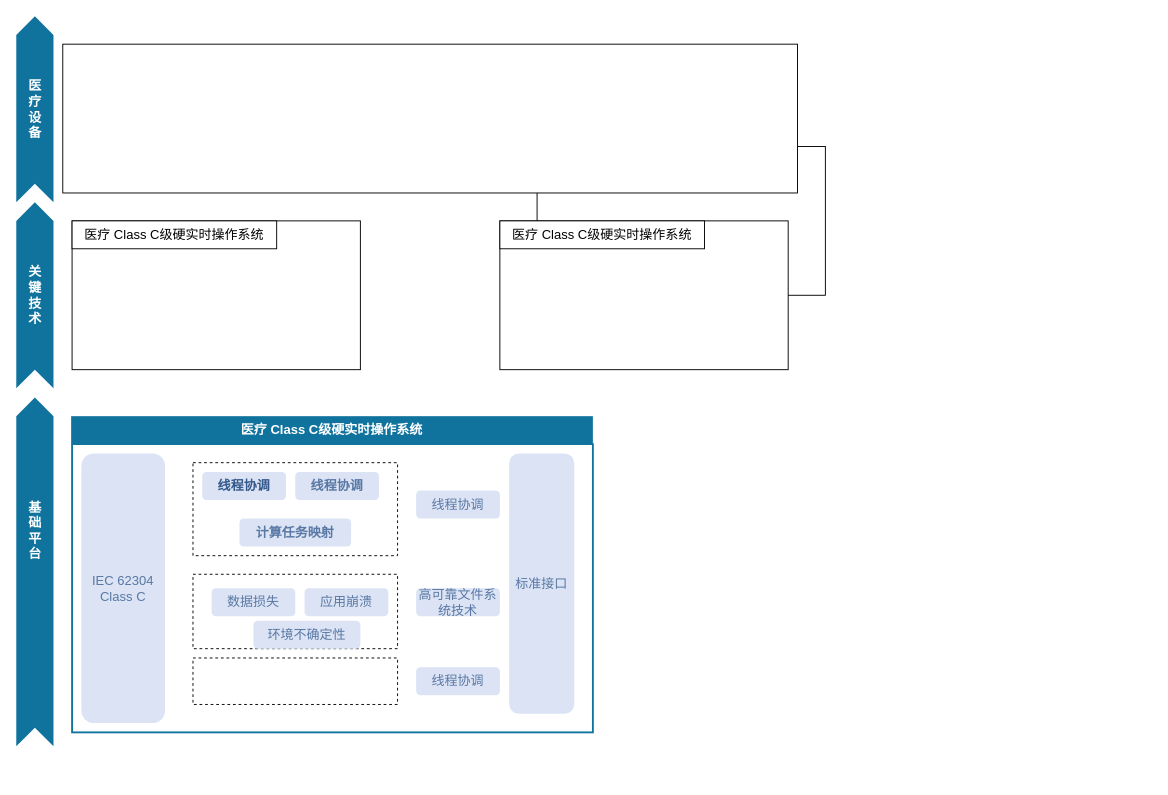
The draw.io diagram draw/Untitled Diagram.drawio in peng-fan/drawio, before the edit. Source tidied: cells renumbered, new cells numbered last; positions are measured from the earlier drawing's top-left corner, leaving out a move shared by most shapes. Both pictures are drawn from the tidied source at 93%, with x=0, y=0 at pixel (-140, 16).
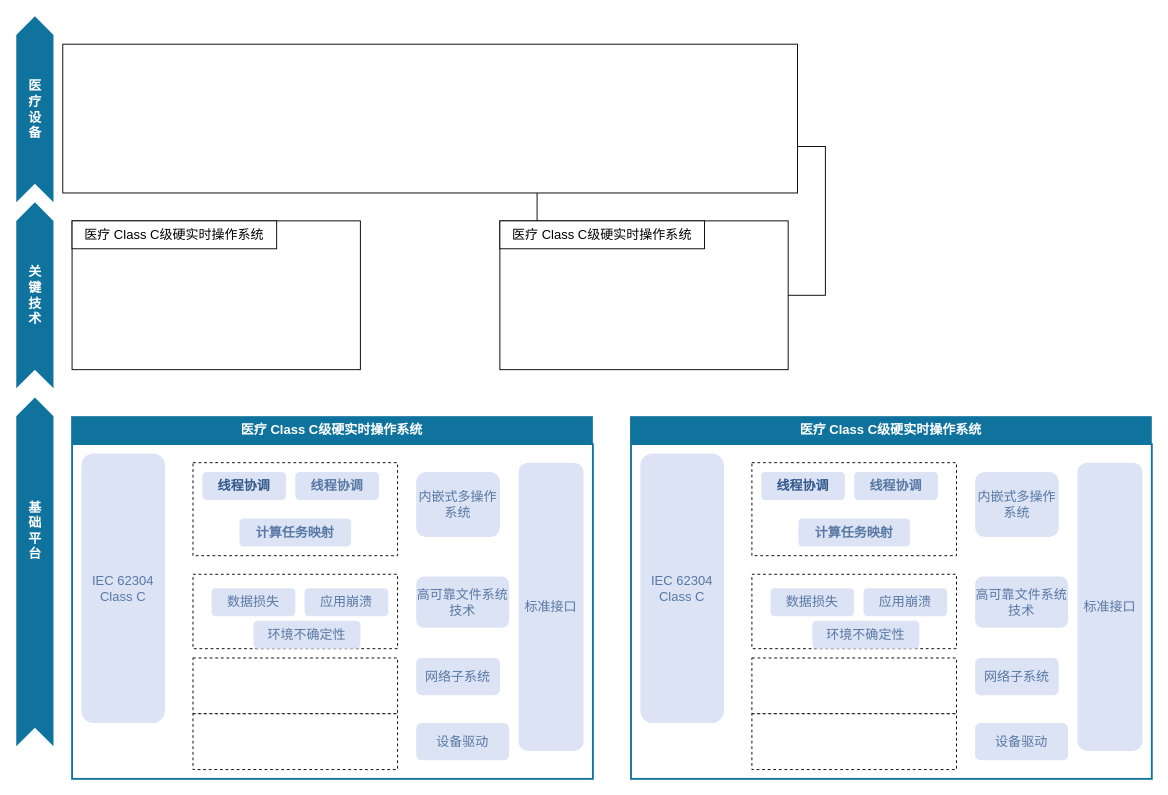
After the change.

The edit, as a diff of the source:
```diff
@@
     <mxCell id="2" style="rounded=0;whiteSpace=wrap;html=1;fontSize=14;fontColor=#FFFFFF;strokeColor=#10739E;strokeWidth=2;" parent="1" vertex="1">
-      <mxGeometry x="228" y="460" width="560" height="310" as="geometry" />
+      <mxGeometry x="228" y="460" width="560" height="360" as="geometry" />
     </mxCell>
@@
-    <mxCell id="28" value="&lt;font color=&quot;#5978a4&quot;&gt;线程协调&lt;/font&gt;" style="rounded=1;whiteSpace=wrap;html=1;dashed=1;fontSize=14;strokeColor=none;fillColor=#DBE3F4;" parent="1" vertex="1">
-      <mxGeometry x="598" y="510" width="90" height="30" as="geometry" />
+    <mxCell id="28" value="&lt;font color=&quot;#5978a4&quot;&gt;内嵌式多操作系统&lt;/font&gt;" style="rounded=1;whiteSpace=wrap;html=1;dashed=1;fontSize=14;strokeColor=none;fillColor=#DBE3F4;" parent="1" vertex="1">
+      <mxGeometry x="598" y="490" width="90" height="70" as="geometry" />
     </mxCell>
     <mxCell id="29" value="&lt;font color=&quot;#5978a4&quot;&gt;高可靠文件系统技术&lt;/font&gt;" style="rounded=1;whiteSpace=wrap;html=1;dashed=1;fontSize=14;strokeColor=none;fillColor=#DBE3F4;" parent="1" vertex="1">
-      <mxGeometry x="598" y="615" width="90" height="30" as="geometry" />
+      <mxGeometry x="598" y="602.5" width="100" height="55" as="geometry" />
     </mxCell>
-    <mxCell id="30" value="&lt;font color=&quot;#5978a4&quot;&gt;线程协调&lt;/font&gt;" style="rounded=1;whiteSpace=wrap;html=1;dashed=1;fontSize=14;strokeColor=none;fillColor=#DBE3F4;" parent="1" vertex="1">
-      <mxGeometry x="598" y="700" width="90" height="30" as="geometry" />
+    <mxCell id="30" value="&lt;font color=&quot;#5978a4&quot;&gt;网络子系统&lt;/font&gt;" style="rounded=1;whiteSpace=wrap;html=1;dashed=1;fontSize=14;strokeColor=none;fillColor=#DBE3F4;" parent="1" vertex="1">
+      <mxGeometry x="598" y="690" width="90" height="40" as="geometry" />
     </mxCell>
     <mxCell id="31" value="&lt;font color=&quot;#5978a4&quot;&gt;标准接口&lt;/font&gt;" style="rounded=1;whiteSpace=wrap;html=1;dashed=1;fontSize=14;strokeColor=none;fillColor=#DBE3F4;" parent="1" vertex="1">
-      <mxGeometry x="698" y="470" width="70" height="280" as="geometry" />
+      <mxGeometry x="708" y="480" width="70" height="310" as="geometry" />
     </mxCell>
     <mxCell id="32" style="rounded=0;whiteSpace=wrap;html=1;fontSize=14;fontColor=#000000;dashed=1;" parent="1" vertex="1">
-      <mxGeometry x="358" y="690" width="220" height="50" as="geometry" />
+      <mxGeometry x="358" y="690" width="220" height="60" as="geometry" />
     </mxCell>
@@
+    <mxCell id="34" value="&lt;font color=&quot;#5978a4&quot;&gt;设备驱动&lt;/font&gt;" style="rounded=1;whiteSpace=wrap;html=1;dashed=1;fontSize=14;strokeColor=none;fillColor=#DBE3F4;" parent="1" vertex="1">
+      <mxGeometry x="598" y="760" width="100" height="40" as="geometry" />
+    </mxCell>
+    <mxCell id="35" style="rounded=0;whiteSpace=wrap;html=1;fontSize=14;fontColor=#000000;dashed=1;" parent="1" vertex="1">
+      <mxGeometry x="358" y="750" width="220" height="60" as="geometry" />
+    </mxCell>
+    <mxCell id="36" style="rounded=0;whiteSpace=wrap;html=1;fontSize=14;fontColor=#FFFFFF;strokeColor=#10739E;strokeWidth=2;" parent="1" vertex="1">
+      <mxGeometry x="829" y="460" width="560" height="360" as="geometry" />
+    </mxCell>
+    <mxCell id="37" value="&lt;font color=&quot;#ffffff&quot;&gt;&lt;b&gt;医疗 Class C级硬实时操作系统&lt;/b&gt;&lt;/font&gt;" style="rounded=0;whiteSpace=wrap;html=1;fontSize=14;fontColor=#000000;fillColor=#10739E;strokeColor=none;" parent="1" vertex="1">
+      <mxGeometry x="828" y="430" width="561" height="30" as="geometry" />
+    </mxCell>
+    <mxCell id="38" style="rounded=0;whiteSpace=wrap;html=1;fontSize=14;fontColor=#000000;dashed=1;" parent="1" vertex="1">
+      <mxGeometry x="959" y="480" width="220" height="100" as="geometry" />
+    </mxCell>
+    <mxCell id="39" value="&lt;font color=&quot;#33588b&quot;&gt;&lt;b&gt;线程协调&lt;/b&gt;&lt;/font&gt;" style="rounded=1;whiteSpace=wrap;html=1;dashed=1;fontSize=14;strokeColor=none;fillColor=#DBE3F4;" parent="1" vertex="1">
+      <mxGeometry x="969" y="490" width="90" height="30" as="geometry" />
+    </mxCell>
+    <mxCell id="40" value="&lt;font color=&quot;#5978a4&quot;&gt;&lt;b&gt;线程协调&lt;/b&gt;&lt;/font&gt;" style="rounded=1;whiteSpace=wrap;html=1;dashed=1;fontSize=14;strokeColor=none;fillColor=#DBE3F4;" parent="1" vertex="1">
+      <mxGeometry x="1069" y="490" width="90" height="30" as="geometry" />
+    </mxCell>
+    <mxCell id="41" value="&lt;font color=&quot;#5978a4&quot;&gt;&lt;b&gt;计算任务映射&lt;/b&gt;&lt;/font&gt;" style="rounded=1;whiteSpace=wrap;html=1;dashed=1;fontSize=14;strokeColor=none;fillColor=#DBE3F4;" parent="1" vertex="1">
+      <mxGeometry x="1009" y="540" width="120" height="30" as="geometry" />
+    </mxCell>
+    <mxCell id="42" style="rounded=0;whiteSpace=wrap;html=1;fontSize=14;fontColor=#000000;dashed=1;" parent="1" vertex="1">
+      <mxGeometry x="959" y="600" width="220" height="80" as="geometry" />
+    </mxCell>
+    <mxCell id="43" value="&lt;font color=&quot;#5978a4&quot;&gt;数据损失&lt;/font&gt;" style="rounded=1;whiteSpace=wrap;html=1;dashed=1;fontSize=14;strokeColor=none;fillColor=#DBE3F4;" parent="1" vertex="1">
+      <mxGeometry x="979" y="615" width="90" height="30" as="geometry" />
+    </mxCell>
+    <mxCell id="44" value="&lt;font color=&quot;#5978a4&quot;&gt;应用崩溃&lt;/font&gt;" style="rounded=1;whiteSpace=wrap;html=1;dashed=1;fontSize=14;strokeColor=none;fillColor=#DBE3F4;" parent="1" vertex="1">
+      <mxGeometry x="1079" y="615" width="90" height="30" as="geometry" />
+    </mxCell>
+    <mxCell id="45" value="&lt;font color=&quot;#5978a4&quot;&gt;IEC 62304 Class C&lt;/font&gt;" style="rounded=1;whiteSpace=wrap;html=1;dashed=1;fontSize=14;strokeColor=none;fillColor=#DBE3F4;" parent="1" vertex="1">
+      <mxGeometry x="839" y="470" width="90" height="290" as="geometry" />
+    </mxCell>
+    <mxCell id="46" value="&lt;font color=&quot;#5978a4&quot;&gt;内嵌式多操作系统&lt;/font&gt;" style="rounded=1;whiteSpace=wrap;html=1;dashed=1;fontSize=14;strokeColor=none;fillColor=#DBE3F4;" parent="1" vertex="1">
+      <mxGeometry x="1199" y="490" width="90" height="70" as="geometry" />
+    </mxCell>
+    <mxCell id="47" value="&lt;font color=&quot;#5978a4&quot;&gt;高可靠文件系统技术&lt;/font&gt;" style="rounded=1;whiteSpace=wrap;html=1;dashed=1;fontSize=14;strokeColor=none;fillColor=#DBE3F4;" parent="1" vertex="1">
+      <mxGeometry x="1199" y="602.5" width="100" height="55" as="geometry" />
+    </mxCell>
+    <mxCell id="48" value="&lt;font color=&quot;#5978a4&quot;&gt;网络子系统&lt;/font&gt;" style="rounded=1;whiteSpace=wrap;html=1;dashed=1;fontSize=14;strokeColor=none;fillColor=#DBE3F4;" parent="1" vertex="1">
+      <mxGeometry x="1199" y="690" width="90" height="40" as="geometry" />
+    </mxCell>
+    <mxCell id="49" value="&lt;font color=&quot;#5978a4&quot;&gt;标准接口&lt;/font&gt;" style="rounded=1;whiteSpace=wrap;html=1;dashed=1;fontSize=14;strokeColor=none;fillColor=#DBE3F4;" parent="1" vertex="1">
+      <mxGeometry x="1309" y="480" width="70" height="310" as="geometry" />
+    </mxCell>
+    <mxCell id="50" style="rounded=0;whiteSpace=wrap;html=1;fontSize=14;fontColor=#000000;dashed=1;" parent="1" vertex="1">
+      <mxGeometry x="959" y="690" width="220" height="60" as="geometry" />
+    </mxCell>
+    <mxCell id="51" value="&lt;font color=&quot;#5978a4&quot;&gt;环境不确定性&lt;/font&gt;" style="rounded=1;whiteSpace=wrap;html=1;dashed=1;fontSize=14;strokeColor=none;fillColor=#DBE3F4;" parent="1" vertex="1">
+      <mxGeometry x="1024" y="650" width="115" height="30" as="geometry" />
+    </mxCell>
+    <mxCell id="52" value="&lt;font color=&quot;#5978a4&quot;&gt;设备驱动&lt;/font&gt;" style="rounded=1;whiteSpace=wrap;html=1;dashed=1;fontSize=14;strokeColor=none;fillColor=#DBE3F4;" parent="1" vertex="1">
+      <mxGeometry x="1199" y="760" width="100" height="40" as="geometry" />
+    </mxCell>
+    <mxCell id="53" style="rounded=0;whiteSpace=wrap;html=1;fontSize=14;fontColor=#000000;dashed=1;" parent="1" vertex="1">
+      <mxGeometry x="959" y="750" width="220" height="60" as="geometry" />
+    </mxCell>
```
